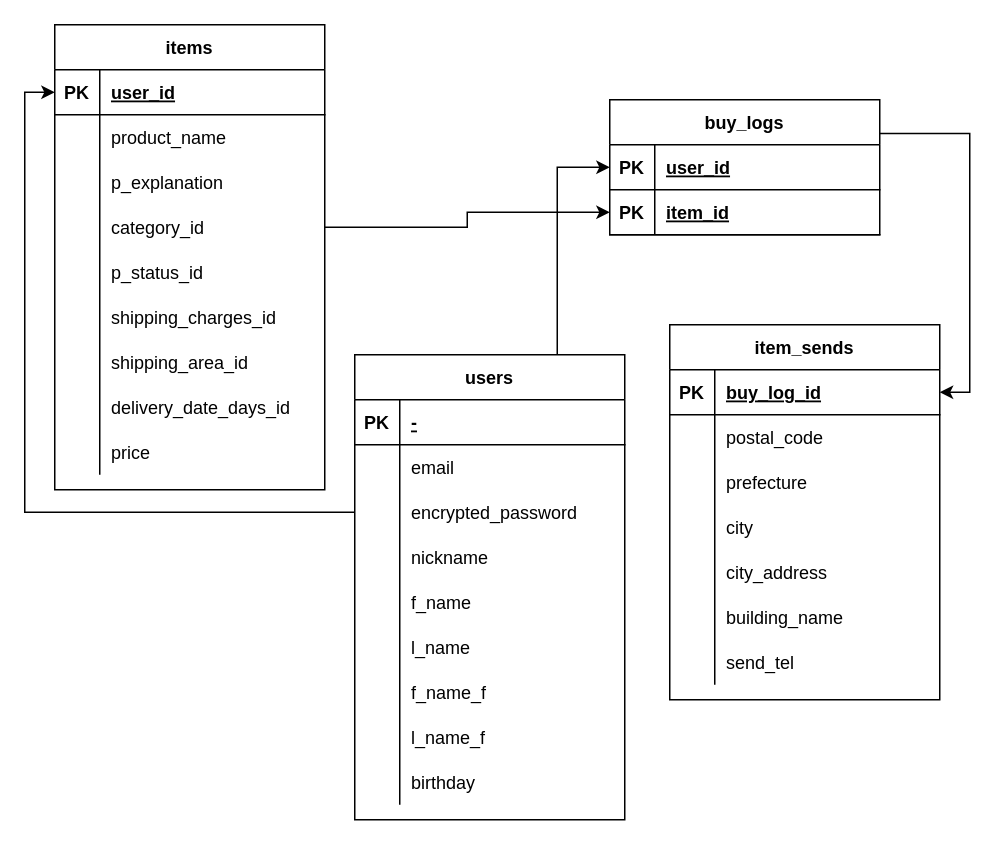
Earlier version of the draw.io diagram er_furima.dio (konishiakira/furima-36908). Source tidied: cells renumbered, new cells numbered last; positions are measured from the earlier drawing's top-left corner, leaving out a move shared by most shapes. Both pictures are drawn from the tidied source at 150%, with x=0, y=0 at pixel (54, 24).
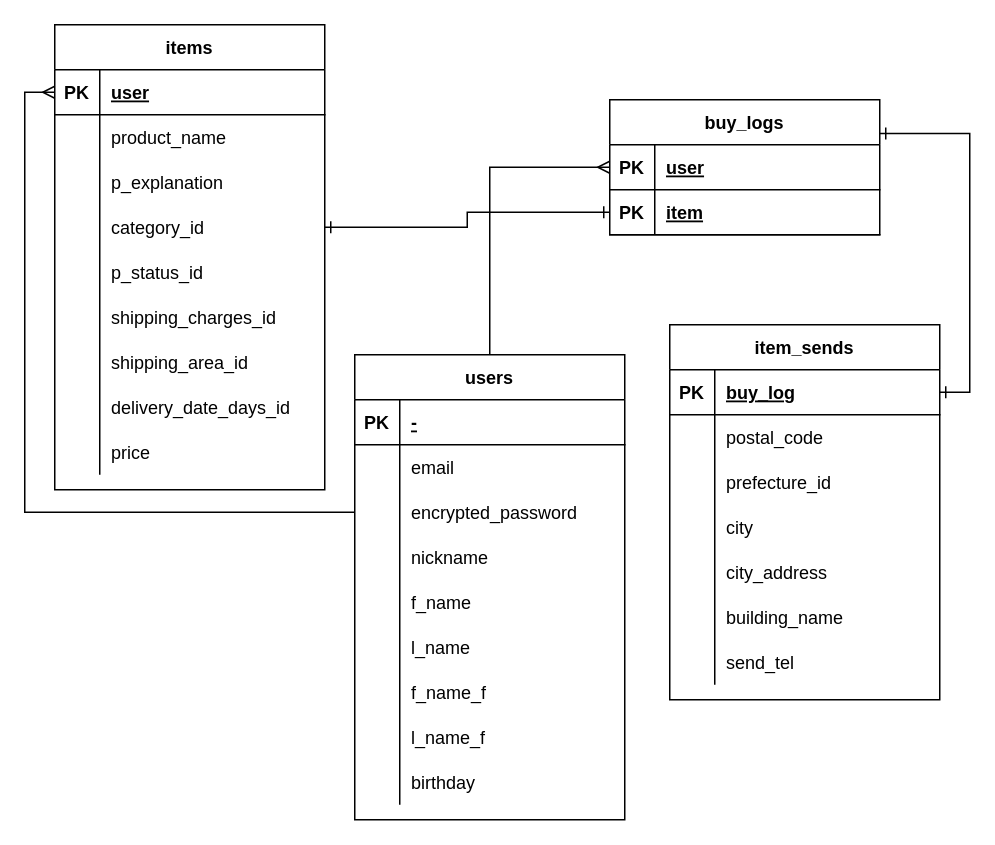
After the change.

Commit message (it also covers changes not shown here):
データベース修正４

Unchanged cells that the change refers to:
```xml
<mxCell id="3" style="shape=partialRectangle;fillColor=none;top=0;left=0;bottom=1;right=0;points=[[0,0.5],[1,0.5]];portConstraint=eastwest;" parent="2" vertex="1">
  <mxGeometry y="30" width="180" height="30" as="geometry" />
</mxCell>
<mxCell id="12" style="shape=partialRectangle;fillColor=none;top=0;left=0;bottom=0;right=0;points=[[0,0.5],[1,0.5]];portConstraint=eastwest;" parent="2" vertex="1">
  <mxGeometry y="120" width="180" height="30" as="geometry" />
</mxCell>
<mxCell id="31" value="buy_logs" style="shape=table;startSize=30;childLayout=tableLayout;rowLines=0;fontStyle=1;align=center;" parent="1" vertex="1">
  <mxGeometry x="370" y="50" width="180" height="90" as="geometry" />
</mxCell>
<mxCell id="32" style="shape=partialRectangle;fillColor=none;top=0;left=0;bottom=1;right=0;points=[[0,0.5],[1,0.5]];portConstraint=eastwest;" parent="31" vertex="1">
  <mxGeometry y="30" width="180" height="30" as="geometry" />
</mxCell>
<mxCell id="35" style="shape=partialRectangle;fillColor=none;top=0;left=0;bottom=1;right=0;points=[[0,0.5],[1,0.5]];portConstraint=eastwest;" parent="31" vertex="1">
  <mxGeometry y="60" width="180" height="30" as="geometry" />
</mxCell>
<mxCell id="39" style="shape=partialRectangle;fillColor=none;top=0;left=0;bottom=1;right=0;points=[[0,0.5],[1,0.5]];portConstraint=eastwest;" parent="38" vertex="1">
  <mxGeometry y="30" width="180" height="30" as="geometry" />
</mxCell>
<mxCell id="45" style="shape=partialRectangle;fillColor=none;top=0;left=0;bottom=0;right=0;" parent="38" vertex="1">
  <mxGeometry y="90" width="180" height="30" as="geometry" />
</mxCell>
<mxCell id="61" value="users" style="shape=table;startSize=30;childLayout=tableLayout;rowLines=0;fontStyle=1;align=center;" parent="1" vertex="1">
  <mxGeometry x="200" y="220" width="180" height="310" as="geometry" />
</mxCell>
<mxCell id="68" style="shape=partialRectangle;fillColor=none;top=0;left=0;bottom=0;right=0;points=[[0,0.5],[1,0.5]];portConstraint=eastwest;" parent="61" vertex="1">
  <mxGeometry y="90" width="180" height="30" as="geometry" />
</mxCell>
```

The edit, as a diff of the source:
```diff
@@
-    <mxCell id="5" value="user_id" style="shape=partialRectangle;fillColor=none;top=0;left=0;bottom=0;right=0;align=left;spacingLeft=6;fontStyle=5;overflow=hidden;" parent="3" vertex="1">
+    <mxCell id="5" value="user" style="shape=partialRectangle;fillColor=none;top=0;left=0;bottom=0;right=0;align=left;spacingLeft=6;fontStyle=5;overflow=hidden;" parent="3" vertex="1">
       <mxGeometry x="30" width="150" height="30" as="geometry" />
     </mxCell>
@@
-    <mxCell id="30" style="edgeStyle=orthogonalEdgeStyle;rounded=0;jettySize=auto;html=1;exitX=1;exitY=0.25;exitDx=0;exitDy=0;entryX=1;entryY=0.5;entryDx=0;entryDy=0;" parent="1" edge="1" source="31" target="39">
+    <mxCell id="30" style="edgeStyle=orthogonalEdgeStyle;rounded=0;jettySize=auto;html=1;exitX=1;exitY=0.25;exitDx=0;exitDy=0;entryX=1;entryY=0.5;entryDx=0;entryDy=0;endArrow=ERone;endFill=0;startArrow=ERone;startFill=0;" parent="1" edge="1" source="31" target="39">
       <mxGeometry relative="1" as="geometry" />
     </mxCell>
@@
-    <mxCell id="34" value="user_id" style="shape=partialRectangle;fillColor=none;top=0;left=0;bottom=0;right=0;align=left;spacingLeft=6;fontStyle=5;overflow=hidden;" parent="32" vertex="1">
+    <mxCell id="34" value="user" style="shape=partialRectangle;fillColor=none;top=0;left=0;bottom=0;right=0;align=left;spacingLeft=6;fontStyle=5;overflow=hidden;" parent="32" vertex="1">
       <mxGeometry x="30" width="150" height="30" as="geometry" />
     </mxCell>
@@
-    <mxCell id="37" value="item_id" style="shape=partialRectangle;fillColor=none;top=0;left=0;bottom=0;right=0;align=left;spacingLeft=6;fontStyle=5;overflow=hidden;" parent="35" vertex="1">
+    <mxCell id="37" value="item" style="shape=partialRectangle;fillColor=none;top=0;left=0;bottom=0;right=0;align=left;spacingLeft=6;fontStyle=5;overflow=hidden;" parent="35" vertex="1">
       <mxGeometry x="30" width="150" height="30" as="geometry" />
     </mxCell>
@@
-    <mxCell id="41" value="buy_log_id" style="shape=partialRectangle;fillColor=none;top=0;left=0;bottom=0;right=0;align=left;spacingLeft=6;fontStyle=5;overflow=hidden;" parent="39" vertex="1">
+    <mxCell id="41" value="buy_log" style="shape=partialRectangle;fillColor=none;top=0;left=0;bottom=0;right=0;align=left;spacingLeft=6;fontStyle=5;overflow=hidden;" parent="39" vertex="1">
       <mxGeometry x="30" width="150" height="30" as="geometry" />
     </mxCell>
@@
-    <mxCell id="47" value="prefecture" style="shape=partialRectangle;fillColor=none;top=0;left=0;bottom=0;right=0;align=left;spacingLeft=6;overflow=hidden;" parent="45" vertex="1">
+    <mxCell id="47" value="prefecture_id" style="shape=partialRectangle;fillColor=none;top=0;left=0;bottom=0;right=0;align=left;spacingLeft=6;overflow=hidden;" parent="45" vertex="1">
       <mxGeometry x="30" width="150" height="30" as="geometry" />
     </mxCell>
@@
-    <mxCell id="60" style="edgeStyle=orthogonalEdgeStyle;rounded=0;jettySize=auto;html=1;exitX=0.75;exitY=0;exitDx=0;exitDy=0;entryX=0;entryY=0.5;entryDx=0;entryDy=0;entryPerimeter=0;" parent="1" edge="1" source="61" target="32">
+    <mxCell id="60" style="edgeStyle=orthogonalEdgeStyle;rounded=0;jettySize=auto;html=1;exitX=0.5;exitY=0;exitDx=0;exitDy=0;entryX=0;entryY=0.5;entryDx=0;entryDy=0;endArrow=ERmany;endFill=0;" parent="1" edge="1" source="61" target="32">
       <mxGeometry relative="1" as="geometry" />
     </mxCell>
@@
-    <mxCell id="89" style="edgeStyle=orthogonalEdgeStyle;rounded=0;jettySize=auto;html=1;exitX=0;exitY=0.5;exitDx=0;exitDy=0;entryX=0;entryY=0.5;entryDx=0;entryDy=0;" parent="1" edge="1" source="68" target="3">
+    <mxCell id="89" style="edgeStyle=orthogonalEdgeStyle;rounded=0;jettySize=auto;html=1;exitX=0;exitY=0.5;exitDx=0;exitDy=0;entryX=0;entryY=0.5;entryDx=0;entryDy=0;endArrow=ERmany;endFill=0;" parent="1" edge="1" source="68" target="3">
       <mxGeometry relative="1" as="geometry" />
     </mxCell>
@@
-    <mxCell id="91" style="edgeStyle=orthogonalEdgeStyle;rounded=0;jettySize=auto;html=1;exitX=1;exitY=0.5;exitDx=0;exitDy=0;entryX=0;entryY=0.5;entryDx=0;entryDy=0;" parent="1" edge="1" source="12" target="35">
+    <mxCell id="91" style="edgeStyle=orthogonalEdgeStyle;rounded=0;jettySize=auto;html=1;exitX=1;exitY=0.5;exitDx=0;exitDy=0;entryX=0;entryY=0.5;entryDx=0;entryDy=0;endArrow=ERone;endFill=0;startArrow=ERone;startFill=0;" parent="1" edge="1" source="12" target="35">
       <mxGeometry relative="1" as="geometry" />
     </mxCell>
```
